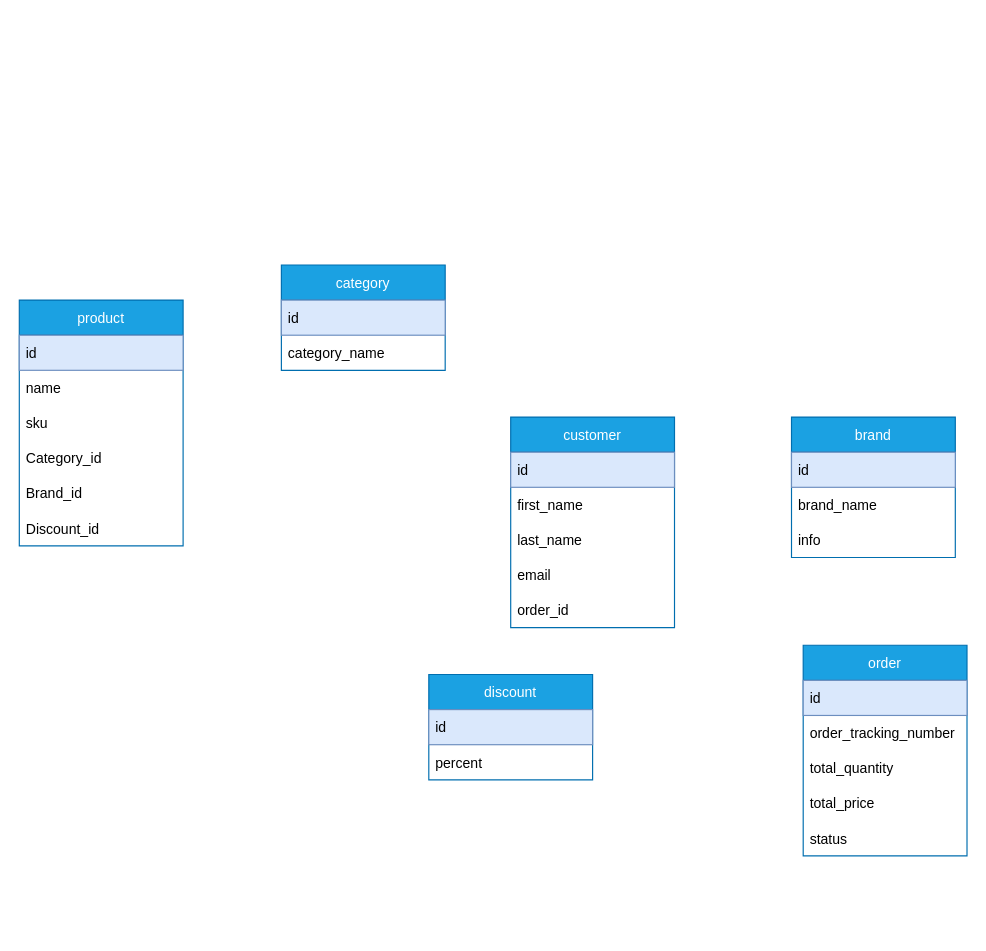
Before: Диаграмма без названия.drawio in oybekjonn2000/shop, a draw.io diagram. Source tidied: cells renumbered, new cells numbered last; positions are measured from the earlier drawing's top-left corner, leaving out a move shared by most shapes. Both pictures are drawn from the tidied source at 117%, with x=0, y=0 at pixel (19, 264).
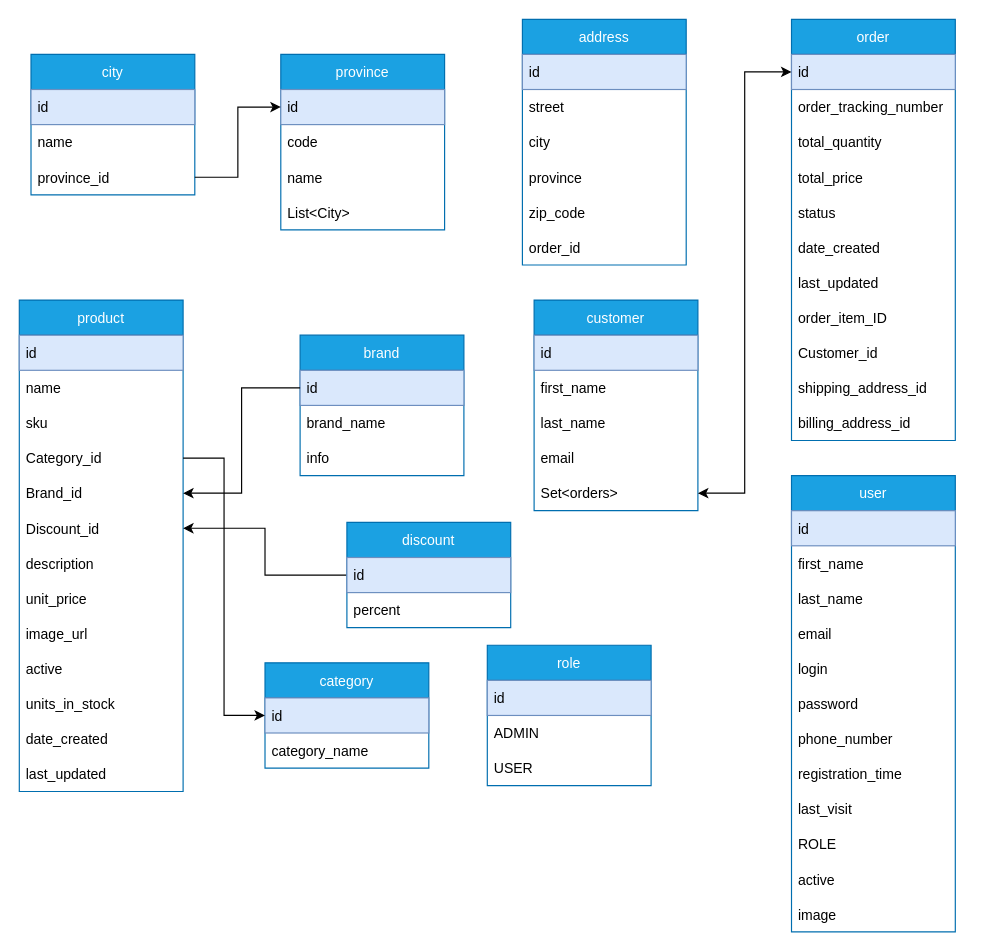
After the change.

Unchanged cells that the change refers to:
```xml
<mxCell id="6" value="Category_id" style="text;strokeColor=none;fillColor=none;align=left;verticalAlign=middle;spacingLeft=4;spacingRight=4;overflow=hidden;points=[[0,0.5],[1,0.5]];portConstraint=eastwest;" parent="2" vertex="1">
  <mxGeometry y="120" width="140" height="30" as="geometry" />
</mxCell>
<mxCell id="7" value="Brand_id" style="text;strokeColor=none;fillColor=none;align=left;verticalAlign=middle;spacingLeft=4;spacingRight=4;overflow=hidden;points=[[0,0.5],[1,0.5]];portConstraint=eastwest;" parent="2" vertex="1">
  <mxGeometry y="150" width="140" height="30" as="geometry" />
</mxCell>
<mxCell id="8" value="Discount_id" style="text;strokeColor=none;fillColor=none;align=left;verticalAlign=middle;spacingLeft=4;spacingRight=4;overflow=hidden;points=[[0,0.5],[1,0.5]];portConstraint=eastwest;" parent="2" vertex="1">
  <mxGeometry y="180" width="140" height="30" as="geometry" />
</mxCell>
<mxCell id="10" value="id" style="text;strokeColor=#6c8ebf;fillColor=#dae8fc;align=left;verticalAlign=middle;spacingLeft=4;spacingRight=4;overflow=hidden;points=[[0,0.5],[1,0.5]];portConstraint=eastwest;" parent="9" vertex="1">
  <mxGeometry y="30" width="140" height="30" as="geometry" />
</mxCell>
<mxCell id="13" value="id" style="text;strokeColor=#6c8ebf;fillColor=#dae8fc;align=left;verticalAlign=middle;spacingLeft=4;spacingRight=4;overflow=hidden;points=[[0,0.5],[1,0.5]];portConstraint=eastwest;" parent="12" vertex="1">
  <mxGeometry y="30" width="140" height="30" as="geometry" />
</mxCell>
<mxCell id="26" value="id" style="text;strokeColor=#6c8ebf;fillColor=#dae8fc;align=left;verticalAlign=middle;spacingLeft=4;spacingRight=4;overflow=hidden;points=[[0,0.5],[1,0.5]];portConstraint=eastwest;" parent="25" vertex="1">
  <mxGeometry y="30" width="140" height="30" as="geometry" />
</mxCell>
```

The edit, as a diff of the source:
```diff
@@
     <mxCell id="2" value="product" style="swimlane;fontStyle=0;horizontal=1;startSize=30;fillColor=#1ba1e2;strokeColor=#006EAF;fontColor=#ffffff;" parent="1" vertex="1">
-      <mxGeometry y="30" width="140" height="210" as="geometry" />
+      <mxGeometry y="30" width="140" height="420" as="geometry" />
     </mxCell>
@@
+    <mxCell id="31" value="description" style="text;strokeColor=none;fillColor=none;align=left;verticalAlign=middle;spacingLeft=4;spacingRight=4;overflow=hidden;" parent="2" vertex="1">
+      <mxGeometry y="210" width="140" height="30" as="geometry" />
+    </mxCell>
+    <mxCell id="32" value="unit_price" style="text;strokeColor=none;fillColor=none;align=left;verticalAlign=middle;spacingLeft=4;spacingRight=4;overflow=hidden;" parent="2" vertex="1">
+      <mxGeometry y="240" width="140" height="30" as="geometry" />
+    </mxCell>
+    <mxCell id="33" value="image_url" style="text;strokeColor=none;fillColor=none;align=left;verticalAlign=middle;spacingLeft=4;spacingRight=4;overflow=hidden;" parent="2" vertex="1">
+      <mxGeometry y="270" width="140" height="30" as="geometry" />
+    </mxCell>
+    <mxCell id="34" value="active" style="text;strokeColor=none;fillColor=none;align=left;verticalAlign=middle;spacingLeft=4;spacingRight=4;overflow=hidden;" parent="2" vertex="1">
+      <mxGeometry y="300" width="140" height="30" as="geometry" />
+    </mxCell>
+    <mxCell id="35" value="units_in_stock" style="text;strokeColor=none;fillColor=none;align=left;verticalAlign=middle;spacingLeft=4;spacingRight=4;overflow=hidden;" parent="2" vertex="1">
+      <mxGeometry y="330" width="140" height="30" as="geometry" />
+    </mxCell>
+    <mxCell id="36" value="date_created" style="text;strokeColor=none;fillColor=none;align=left;verticalAlign=middle;spacingLeft=4;spacingRight=4;overflow=hidden;" parent="2" vertex="1">
+      <mxGeometry y="360" width="140" height="30" as="geometry" />
+    </mxCell>
+    <mxCell id="37" value="last_updated" style="text;strokeColor=none;fillColor=none;align=left;verticalAlign=middle;spacingLeft=4;spacingRight=4;overflow=hidden;" parent="2" vertex="1">
+      <mxGeometry y="390" width="140" height="30" as="geometry" />
+    </mxCell>
     <mxCell id="9" value="category" style="swimlane;fontStyle=0;horizontal=1;startSize=30;fillColor=#1ba1e2;strokeColor=#006EAF;fontColor=#ffffff;" parent="1" vertex="1">
-      <mxGeometry x="224" width="140" height="90" as="geometry" />
+      <mxGeometry x="210" y="340" width="140" height="90" as="geometry" />
     </mxCell>
@@
     <mxCell id="12" value="brand" style="swimlane;fontStyle=0;horizontal=1;startSize=30;fillColor=#1ba1e2;strokeColor=#006EAF;fontColor=#ffffff;" parent="1" vertex="1">
-      <mxGeometry x="660" y="130" width="140" height="120" as="geometry" />
+      <mxGeometry x="240" y="60" width="140" height="120" as="geometry" />
     </mxCell>
@@
+    <mxCell id="38" style="edgeStyle=orthogonalEdgeStyle;rounded=0;jettySize=auto;html=1;exitX=0;exitY=0.5;exitDx=0;exitDy=0;" parent="1" edge="1" source="16" target="8">
+      <mxGeometry relative="1" as="geometry" />
+    </mxCell>
     <mxCell id="16" value="discount" style="swimlane;fontStyle=0;horizontal=1;startSize=30;fillColor=#1ba1e2;strokeColor=#006EAF;fontColor=#ffffff;" parent="1" vertex="1">
-      <mxGeometry x="350" y="350" width="140" height="90" as="geometry" />
+      <mxGeometry x="280" y="220" width="140" height="90" as="geometry" />
     </mxCell>
@@
     <mxCell id="19" value="customer" style="swimlane;fontStyle=0;horizontal=1;startSize=30;fillColor=#1ba1e2;strokeColor=#006EAF;fontColor=#ffffff;" parent="1" vertex="1">
-      <mxGeometry x="420" y="130" width="140" height="180" as="geometry" />
+      <mxGeometry x="440" y="30" width="140" height="180" as="geometry" />
     </mxCell>
@@
-    <mxCell id="24" value="order_id" style="text;strokeColor=none;fillColor=none;align=left;verticalAlign=middle;spacingLeft=4;spacingRight=4;overflow=hidden;points=[[0,0.5],[1,0.5]];portConstraint=eastwest;" parent="19" vertex="1">
+    <mxCell id="24" value="Set&lt;orders&gt;" style="text;strokeColor=none;fillColor=none;align=left;verticalAlign=middle;spacingLeft=4;spacingRight=4;overflow=hidden;points=[[0,0.5],[1,0.5]];portConstraint=eastwest;" parent="19" vertex="1">
       <mxGeometry y="150" width="140" height="30" as="geometry" />
     </mxCell>
     <mxCell id="25" value="order" style="swimlane;fontStyle=0;horizontal=1;startSize=30;fillColor=#1ba1e2;strokeColor=#006EAF;fontColor=#ffffff;" parent="1" vertex="1">
-      <mxGeometry x="670" y="325" width="140" height="180" as="geometry" />
+      <mxGeometry x="660" y="-210" width="140" height="360" as="geometry" />
     </mxCell>
@@
+    <mxCell id="39" value="date_created" style="text;strokeColor=none;fillColor=none;align=left;verticalAlign=middle;spacingLeft=4;spacingRight=4;overflow=hidden;" parent="25" vertex="1">
+      <mxGeometry y="180" width="140" height="30" as="geometry" />
+    </mxCell>
+    <mxCell id="40" value="last_updated" style="text;strokeColor=none;fillColor=none;align=left;verticalAlign=middle;spacingLeft=4;spacingRight=4;overflow=hidden;" parent="25" vertex="1">
+      <mxGeometry y="210" width="140" height="30" as="geometry" />
+    </mxCell>
+    <mxCell id="41" value="order_item_ID" style="text;strokeColor=none;fillColor=none;align=left;verticalAlign=middle;spacingLeft=4;spacingRight=4;overflow=hidden;" parent="25" vertex="1">
+      <mxGeometry y="240" width="140" height="30" as="geometry" />
+    </mxCell>
+    <mxCell id="42" value="Customer_id" style="text;strokeColor=none;fillColor=none;align=left;verticalAlign=middle;spacingLeft=4;spacingRight=4;overflow=hidden;" parent="25" vertex="1">
+      <mxGeometry y="270" width="140" height="30" as="geometry" />
+    </mxCell>
+    <mxCell id="43" value="shipping_address_id" style="text;strokeColor=none;fillColor=none;align=left;verticalAlign=middle;spacingLeft=4;spacingRight=4;overflow=hidden;" parent="25" vertex="1">
+      <mxGeometry y="300" width="140" height="30" as="geometry" />
+    </mxCell>
+    <mxCell id="44" value="billing_address_id" style="text;strokeColor=none;fillColor=none;align=left;verticalAlign=middle;spacingLeft=4;spacingRight=4;overflow=hidden;" parent="25" vertex="1">
+      <mxGeometry y="330" width="140" height="30" as="geometry" />
+    </mxCell>
+    <mxCell id="45" value="address" style="swimlane;fontStyle=0;horizontal=1;startSize=30;fillColor=#1ba1e2;strokeColor=#006EAF;fontColor=#ffffff;" parent="1" vertex="1">
+      <mxGeometry x="430" y="-210" width="140" height="210" as="geometry" />
+    </mxCell>
+    <mxCell id="46" value="id" style="text;strokeColor=#6c8ebf;fillColor=#dae8fc;align=left;verticalAlign=middle;spacingLeft=4;spacingRight=4;overflow=hidden;" parent="45" vertex="1">
+      <mxGeometry y="30" width="140" height="30" as="geometry" />
+    </mxCell>
+    <mxCell id="47" value="street" style="text;strokeColor=none;fillColor=none;align=left;verticalAlign=middle;spacingLeft=4;spacingRight=4;overflow=hidden;" parent="45" vertex="1">
+      <mxGeometry y="60" width="140" height="30" as="geometry" />
+    </mxCell>
+    <mxCell id="48" value="city" style="text;strokeColor=none;fillColor=none;align=left;verticalAlign=middle;spacingLeft=4;spacingRight=4;overflow=hidden;" parent="45" vertex="1">
+      <mxGeometry y="90" width="140" height="30" as="geometry" />
+    </mxCell>
+    <mxCell id="49" value="province" style="text;strokeColor=none;fillColor=none;align=left;verticalAlign=middle;spacingLeft=4;spacingRight=4;overflow=hidden;" parent="45" vertex="1">
+      <mxGeometry y="120" width="140" height="30" as="geometry" />
+    </mxCell>
+    <mxCell id="50" value="zip_code" style="text;strokeColor=none;fillColor=none;align=left;verticalAlign=middle;spacingLeft=4;spacingRight=4;overflow=hidden;" parent="45" vertex="1">
+      <mxGeometry y="150" width="140" height="30" as="geometry" />
+    </mxCell>
+    <mxCell id="51" value="order_id" style="text;strokeColor=none;fillColor=none;align=left;verticalAlign=middle;spacingLeft=4;spacingRight=4;overflow=hidden;" parent="45" vertex="1">
+      <mxGeometry y="180" width="140" height="30" as="geometry" />
+    </mxCell>
+    <mxCell id="52" value="city" style="swimlane;fontStyle=0;horizontal=1;startSize=30;fillColor=#1ba1e2;strokeColor=#006EAF;fontColor=#ffffff;" parent="1" vertex="1">
+      <mxGeometry x="10" y="-180" width="140" height="120" as="geometry" />
+    </mxCell>
+    <mxCell id="53" value="id" style="text;strokeColor=#6c8ebf;fillColor=#dae8fc;align=left;verticalAlign=middle;spacingLeft=4;spacingRight=4;overflow=hidden;" parent="52" vertex="1">
+      <mxGeometry y="30" width="140" height="30" as="geometry" />
+    </mxCell>
+    <mxCell id="54" value="name" style="text;strokeColor=none;fillColor=none;align=left;verticalAlign=middle;spacingLeft=4;spacingRight=4;overflow=hidden;" parent="52" vertex="1">
+      <mxGeometry y="60" width="140" height="30" as="geometry" />
+    </mxCell>
+    <mxCell id="55" value="province_id" style="text;strokeColor=none;fillColor=none;align=left;verticalAlign=middle;spacingLeft=4;spacingRight=4;overflow=hidden;points=[[0,0.5],[1,0.5]];portConstraint=eastwest;" parent="52" vertex="1">
+      <mxGeometry y="90" width="140" height="30" as="geometry" />
+    </mxCell>
+    <mxCell id="56" value="province" style="swimlane;fontStyle=0;horizontal=1;startSize=30;fillColor=#1ba1e2;strokeColor=#006EAF;fontColor=#ffffff;" parent="1" vertex="1">
+      <mxGeometry x="223.5" y="-180" width="140" height="150" as="geometry" />
+    </mxCell>
+    <mxCell id="57" value="id" style="text;strokeColor=#6c8ebf;fillColor=#dae8fc;align=left;verticalAlign=middle;spacingLeft=4;spacingRight=4;overflow=hidden;points=[[0,0.5],[1,0.5]];portConstraint=eastwest;" parent="56" vertex="1">
+      <mxGeometry y="30" width="140" height="30" as="geometry" />
+    </mxCell>
+    <mxCell id="58" value="code" style="text;strokeColor=none;fillColor=none;align=left;verticalAlign=middle;spacingLeft=4;spacingRight=4;overflow=hidden;" parent="56" vertex="1">
+      <mxGeometry y="60" width="140" height="30" as="geometry" />
+    </mxCell>
+    <mxCell id="59" value="name" style="text;strokeColor=none;fillColor=none;align=left;verticalAlign=middle;spacingLeft=4;spacingRight=4;overflow=hidden;" parent="56" vertex="1">
+      <mxGeometry y="90" width="140" height="30" as="geometry" />
+    </mxCell>
+    <mxCell id="60" value="List&lt;City&gt;" style="text;strokeColor=none;fillColor=none;align=left;verticalAlign=middle;spacingLeft=4;spacingRight=4;overflow=hidden;" parent="56" vertex="1">
+      <mxGeometry y="120" width="140" height="30" as="geometry" />
+    </mxCell>
+    <mxCell id="61" value="role" style="swimlane;fontStyle=0;horizontal=1;startSize=30;fillColor=#1ba1e2;strokeColor=#006EAF;fontColor=#ffffff;" parent="1" vertex="1">
+      <mxGeometry x="400" y="325" width="140" height="120" as="geometry" />
+    </mxCell>
+    <mxCell id="62" value="id" style="text;strokeColor=#6c8ebf;fillColor=#dae8fc;align=left;verticalAlign=middle;spacingLeft=4;spacingRight=4;overflow=hidden;" parent="61" vertex="1">
+      <mxGeometry y="30" width="140" height="30" as="geometry" />
+    </mxCell>
+    <mxCell id="63" value="ADMIN" style="text;strokeColor=none;fillColor=none;align=left;verticalAlign=middle;spacingLeft=4;spacingRight=4;overflow=hidden;" parent="61" vertex="1">
+      <mxGeometry y="60" width="140" height="30" as="geometry" />
+    </mxCell>
+    <mxCell id="64" value="USER" style="text;strokeColor=none;fillColor=none;align=left;verticalAlign=middle;spacingLeft=4;spacingRight=4;overflow=hidden;" parent="61" vertex="1">
+      <mxGeometry y="90" width="140" height="30" as="geometry" />
+    </mxCell>
+    <mxCell id="65" value="user" style="swimlane;fontStyle=0;horizontal=1;startSize=30;fillColor=#1ba1e2;strokeColor=#006EAF;fontColor=#ffffff;" parent="1" vertex="1">
+      <mxGeometry x="660" y="180" width="140" height="390" as="geometry" />
+    </mxCell>
+    <mxCell id="66" value="id" style="text;strokeColor=#6c8ebf;fillColor=#dae8fc;align=left;verticalAlign=middle;spacingLeft=4;spacingRight=4;overflow=hidden;" parent="65" vertex="1">
+      <mxGeometry y="30" width="140" height="30" as="geometry" />
+    </mxCell>
+    <mxCell id="67" value="first_name" style="text;strokeColor=none;fillColor=none;align=left;verticalAlign=middle;spacingLeft=4;spacingRight=4;overflow=hidden;" parent="65" vertex="1">
+      <mxGeometry y="60" width="140" height="30" as="geometry" />
+    </mxCell>
+    <mxCell id="68" value="last_name" style="text;strokeColor=none;fillColor=none;align=left;verticalAlign=middle;spacingLeft=4;spacingRight=4;overflow=hidden;" parent="65" vertex="1">
+      <mxGeometry y="90" width="140" height="30" as="geometry" />
+    </mxCell>
+    <mxCell id="69" value="email" style="text;strokeColor=none;fillColor=none;align=left;verticalAlign=middle;spacingLeft=4;spacingRight=4;overflow=hidden;" parent="65" vertex="1">
+      <mxGeometry y="120" width="140" height="30" as="geometry" />
+    </mxCell>
+    <mxCell id="70" value="login" style="text;strokeColor=none;fillColor=none;align=left;verticalAlign=middle;spacingLeft=4;spacingRight=4;overflow=hidden;" parent="65" vertex="1">
+      <mxGeometry y="150" width="140" height="30" as="geometry" />
+    </mxCell>
+    <mxCell id="71" value="password" style="text;strokeColor=none;fillColor=none;align=left;verticalAlign=middle;spacingLeft=4;spacingRight=4;overflow=hidden;" parent="65" vertex="1">
+      <mxGeometry y="180" width="140" height="30" as="geometry" />
+    </mxCell>
+    <mxCell id="72" value="phone_number" style="text;strokeColor=none;fillColor=none;align=left;verticalAlign=middle;spacingLeft=4;spacingRight=4;overflow=hidden;" parent="65" vertex="1">
+      <mxGeometry y="210" width="140" height="30" as="geometry" />
+    </mxCell>
+    <mxCell id="73" value="registration_time" style="text;strokeColor=none;fillColor=none;align=left;verticalAlign=middle;spacingLeft=4;spacingRight=4;overflow=hidden;" parent="65" vertex="1">
+      <mxGeometry y="240" width="140" height="30" as="geometry" />
+    </mxCell>
+    <mxCell id="74" value="last_visit" style="text;strokeColor=none;fillColor=none;align=left;verticalAlign=middle;spacingLeft=4;spacingRight=4;overflow=hidden;" parent="65" vertex="1">
+      <mxGeometry y="270" width="140" height="30" as="geometry" />
+    </mxCell>
+    <mxCell id="75" value="ROLE" style="text;strokeColor=none;fillColor=none;align=left;verticalAlign=middle;spacingLeft=4;spacingRight=4;overflow=hidden;" parent="65" vertex="1">
+      <mxGeometry y="300" width="140" height="30" as="geometry" />
+    </mxCell>
+    <mxCell id="76" value="active" style="text;strokeColor=none;fillColor=none;align=left;verticalAlign=middle;spacingLeft=4;spacingRight=4;overflow=hidden;" parent="65" vertex="1">
+      <mxGeometry y="330" width="140" height="30" as="geometry" />
+    </mxCell>
+    <mxCell id="77" value="image" style="text;strokeColor=none;fillColor=none;align=left;verticalAlign=middle;spacingLeft=4;spacingRight=4;overflow=hidden;" parent="65" vertex="1">
+      <mxGeometry y="360" width="140" height="30" as="geometry" />
+    </mxCell>
+    <mxCell id="78" style="edgeStyle=orthogonalEdgeStyle;rounded=0;jettySize=auto;html=1;exitX=1;exitY=0.5;exitDx=0;exitDy=0;entryX=0;entryY=0.5;entryDx=0;entryDy=0;" parent="1" edge="1" source="55" target="57">
+      <mxGeometry relative="1" as="geometry" />
+    </mxCell>
+    <mxCell id="79" style="edgeStyle=orthogonalEdgeStyle;rounded=0;jettySize=auto;html=1;exitX=0;exitY=0.5;exitDx=0;exitDy=0;entryX=1;entryY=0.5;entryDx=0;entryDy=0;" parent="1" edge="1" source="13" target="7">
+      <mxGeometry relative="1" as="geometry" />
+    </mxCell>
+    <mxCell id="80" style="edgeStyle=orthogonalEdgeStyle;rounded=0;jettySize=auto;html=1;exitX=1;exitY=0.5;exitDx=0;exitDy=0;" parent="1" edge="1" source="6" target="10">
+      <mxGeometry relative="1" as="geometry" />
+    </mxCell>
+    <mxCell id="81" style="edgeStyle=orthogonalEdgeStyle;jettySize=auto;html=1;exitX=1;exitY=0.5;exitDx=0;exitDy=0;entryX=0;entryY=0.5;entryDx=0;entryDy=0;rounded=0;strokeWidth=1;endArrow=classic;endFill=1;startArrow=classic;startFill=1;" parent="1" edge="1" source="24" target="26">
+      <mxGeometry relative="1" as="geometry" />
+    </mxCell>
```
